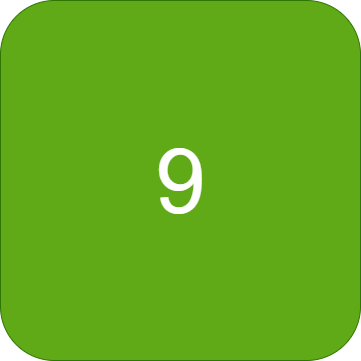
The draw.io diagram Rush Hour Main/assets/MapButtons/9(B).png in zintom69/Game-Rush-Hour, before a commit. Source tidied: cells renumbered, new cells last; positions are measured from the earlier drawing's top-left corner, leaving out a move shared by most shapes.
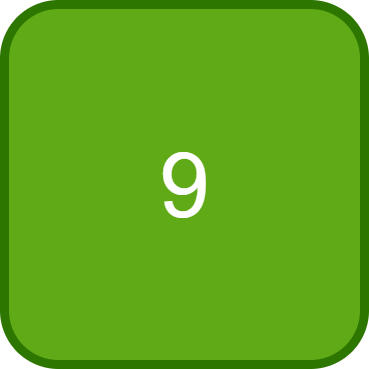
Later version of the same file.

The edit, as a diff of the source:
```diff
@@ -2,7 +2,7 @@
   <root>
     <mxCell id="0" />
     <mxCell id="1" parent="0" />
-    <mxCell id="2" value="&lt;span style=&quot;font-size: 90px;&quot;&gt;9&lt;/span&gt;" style="rounded=1;whiteSpace=wrap;html=1;fillColor=#60a917;fontColor=#ffffff;strokeColor=#2D7600;" parent="1" vertex="1">
+    <mxCell id="2" value="&lt;span style=&quot;font-size: 90px;&quot;&gt;9&lt;/span&gt;" style="rounded=1;whiteSpace=wrap;html=1;strokeWidth=9;fillColor=#60a917;fontColor=#ffffff;strokeColor=#2D7600;" parent="1" vertex="1">
       <mxGeometry width="360" height="360" as="geometry" />
     </mxCell>
   </root>
```
